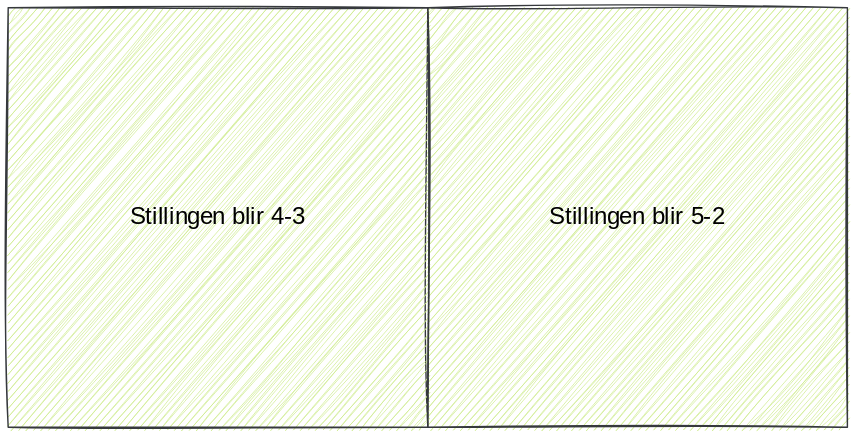
The draw.io diagram img/sannsyn/sannsynmyntv1.drawio.svg in Andremartiny/MA-173, before a commit. Source tidied: cells renumbered, new cells last; positions are measured from the earlier drawing's top-left corner, leaving out a move shared by most shapes. Source of this version:
```xml
<mxGraphModel>
  <root>
    <mxCell id="0" />
    <mxCell id="1" parent="0" />
    <mxCell id="2" value="Stillingen blir 5-2" style="whiteSpace=wrap;html=1;sketch=1;hachureGap=4;jiggle=2;curveFitting=1;fillColor=#cdeb8b;strokeColor=#36393d;fontFamily=Handlee;fontSource=https%3A%2F%2Ffonts.googleapis.com%2Fcss%3Ffamily%3DHandlee;fontSize=17;" parent="1" vertex="1">
      <mxGeometry x="300" width="300" height="300" as="geometry" />
    </mxCell>
    <mxCell id="3" value="Stillingen blir 4-3" style="whiteSpace=wrap;html=1;sketch=1;hachureGap=4;jiggle=2;curveFitting=1;fillColor=#cdeb8b;strokeColor=#36393d;fontFamily=Handlee;fontSource=https%3A%2F%2Ffonts.googleapis.com%2Fcss%3Ffamily%3DHandlee;fontSize=17;" parent="1" vertex="1">
      <mxGeometry width="300" height="300" as="geometry" />
    </mxCell>
  </root>
</mxGraphModel>
```
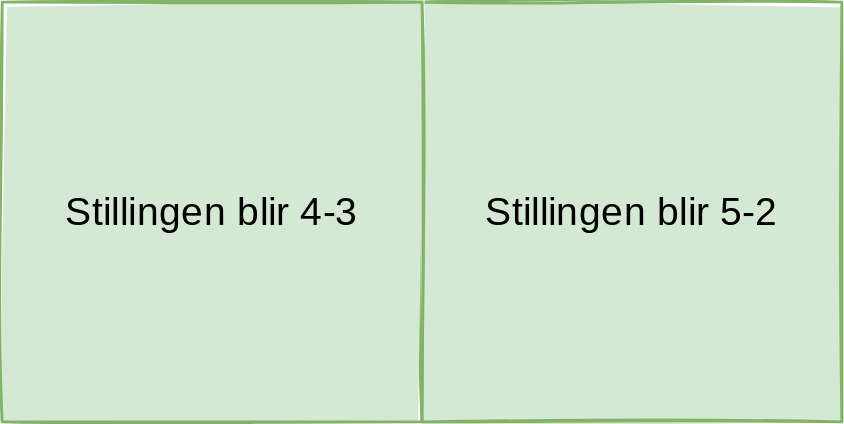
Above is the later version.

What changed in the source:
```diff
@@ -2,10 +2,10 @@
   <root>
     <mxCell id="0" />
     <mxCell id="1" parent="0" />
-    <mxCell id="2" value="Stillingen blir 5-2" style="whiteSpace=wrap;html=1;sketch=1;hachureGap=4;jiggle=2;curveFitting=1;fillColor=#cdeb8b;strokeColor=#36393d;fontFamily=Handlee;fontSource=https%3A%2F%2Ffonts.googleapis.com%2Fcss%3Ffamily%3DHandlee;fontSize=17;" parent="1" vertex="1">
+    <mxCell id="2" value="Stillingen blir 5-2" style="whiteSpace=wrap;html=1;sketch=1;hachureGap=4;jiggle=2;curveFitting=1;fillColor=#d5e8d4;strokeColor=#82b366;fontFamily=Handlee;fontSource=https%3A%2F%2Ffonts.googleapis.com%2Fcss%3Ffamily%3DHandlee;fontSize=28;fillStyle=solid;strokeWidth=2;perimeterSpacing=1;" parent="1" vertex="1">
       <mxGeometry x="300" width="300" height="300" as="geometry" />
     </mxCell>
-    <mxCell id="3" value="Stillingen blir 4-3" style="whiteSpace=wrap;html=1;sketch=1;hachureGap=4;jiggle=2;curveFitting=1;fillColor=#cdeb8b;strokeColor=#36393d;fontFamily=Handlee;fontSource=https%3A%2F%2Ffonts.googleapis.com%2Fcss%3Ffamily%3DHandlee;fontSize=17;" parent="1" vertex="1">
+    <mxCell id="3" value="Stillingen blir 4-3" style="whiteSpace=wrap;html=1;sketch=1;hachureGap=4;jiggle=2;curveFitting=1;fillColor=#d5e8d4;strokeColor=#82b366;fontFamily=Handlee;fontSource=https%3A%2F%2Ffonts.googleapis.com%2Fcss%3Ffamily%3DHandlee;fontSize=28;fillStyle=solid;strokeWidth=2;perimeterSpacing=1;" parent="1" vertex="1">
       <mxGeometry width="300" height="300" as="geometry" />
     </mxCell>
   </root>
```
